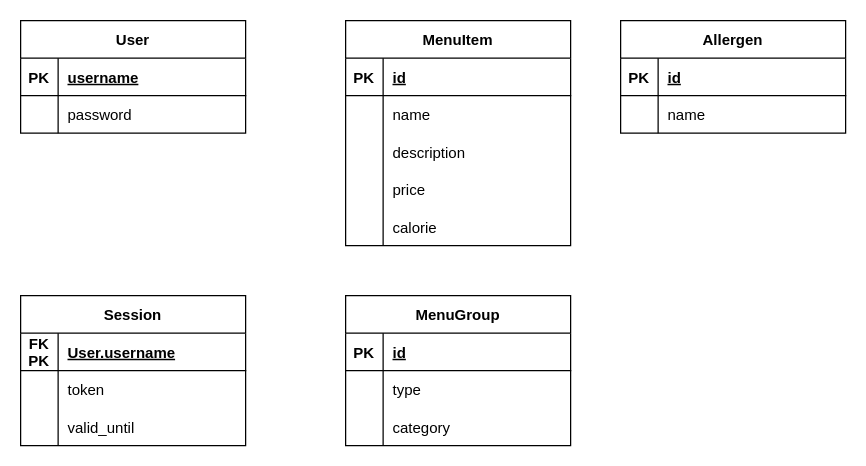
Above: doc/backend/database-design/relation-model.drawio in Spencer-Georgiou/Uni-Y2-Team (draw.io), before the change. Source tidied: cells renumbered, new cells numbered last; positions are measured from the earlier drawing's top-left corner, leaving out a move shared by most shapes. Both pictures are drawn from the tidied source at 125%, with x=0, y=0 at pixel (20, 20).
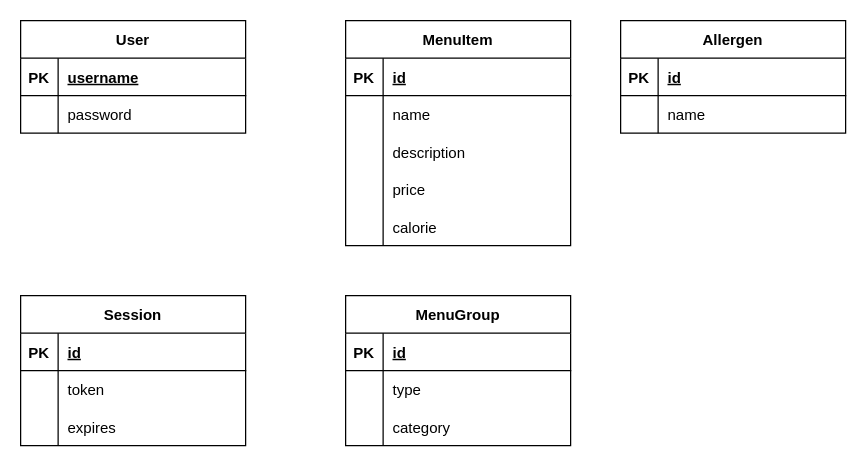
The same page after the edit.

Commit message (it also covers changes not shown here):
Session object can be created with a user, a token and a auto-generated expiration time.

The change refers to these unchanged cells:
```xml
<mxCell id="10" style="shape=tableRow;horizontal=0;startSize=0;swimlaneHead=0;swimlaneBody=0;fillColor=none;top=0;left=0;right=0;bottom=1;" parent="9" vertex="1">
  <mxGeometry y="30" width="180" height="30" as="geometry" />
</mxCell>
<mxCell id="16" style="shape=tableRow;horizontal=0;startSize=0;swimlaneHead=0;swimlaneBody=0;fillColor=none;top=0;left=0;right=0;bottom=0;" parent="9" vertex="1">
  <mxGeometry y="90" width="180" height="30" as="geometry" />
</mxCell>
```

The edit, as a diff of the source:
```diff
@@
-    <mxCell id="11" value="FK&#10;PK" style="shape=partialRectangle;fillColor=none;top=0;left=0;bottom=0;right=0;fontStyle=1;overflow=hidden;" parent="10" vertex="1">
-      <mxGeometry width="30" height="30" as="geometry" />
-    </mxCell>
-    <mxCell id="12" value="User.username" style="shape=partialRectangle;fillColor=none;top=0;left=0;bottom=0;right=0;align=left;spacingLeft=6;fontStyle=5;overflow=hidden;" parent="10" vertex="1">
-      <mxGeometry x="30" width="150" height="30" as="geometry" />
-    </mxCell>
+    <mxCell id="52" value="PK" style="shape=partialRectangle;fillColor=none;top=0;left=0;bottom=0;right=0;fontStyle=1;overflow=hidden;" parent="10" vertex="1">
+      <mxGeometry width="30" height="30" as="geometry" />
+    </mxCell>
+    <mxCell id="53" value="id" style="shape=partialRectangle;fillColor=none;top=0;left=0;bottom=0;right=0;align=left;spacingLeft=6;fontStyle=5;overflow=hidden;" parent="10" vertex="1">
+      <mxGeometry x="30" width="150" height="30" as="geometry" />
+    </mxCell>
@@
-    <mxCell id="18" value="valid_until" style="shape=partialRectangle;fillColor=none;top=0;left=0;bottom=0;right=0;align=left;spacingLeft=6;overflow=hidden;" parent="16" vertex="1">
+    <mxCell id="18" value="expires" style="shape=partialRectangle;fillColor=none;top=0;left=0;bottom=0;right=0;align=left;spacingLeft=6;overflow=hidden;" parent="16" vertex="1">
       <mxGeometry x="30" width="150" height="30" as="geometry" />
     </mxCell>
```
